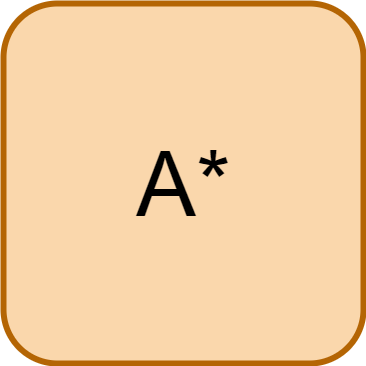
The draw.io diagram Rush Hour Main/assets/AlgorithmButtons/DFS(A).png in zintom69/Game-Rush-Hour, before a commit. Source tidied: cells renumbered, new cells last; positions are measured from the earlier drawing's top-left corner, leaving out a move shared by most shapes.
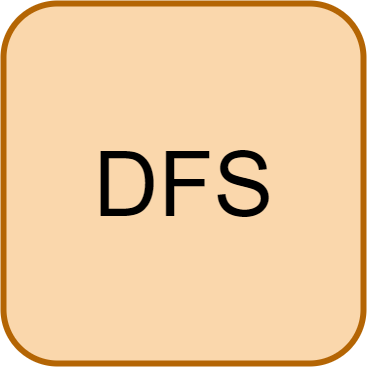
Later version of the same file.

Diff of the diagram source:
```diff
@@ -2,7 +2,7 @@
   <root>
     <mxCell id="0" />
     <mxCell id="1" parent="0" />
-    <mxCell id="2" value="&lt;font style=&quot;font-size: 90px;&quot;&gt;A*&lt;/font&gt;" style="rounded=1;whiteSpace=wrap;html=1;fillColor=#fad7ac;strokeColor=#b46504;strokeWidth=6;" parent="1" vertex="1">
+    <mxCell id="2" value="&lt;span style=&quot;font-size: 90px;&quot;&gt;DFS&lt;/span&gt;" style="rounded=1;whiteSpace=wrap;html=1;fillColor=#fad7ac;strokeColor=#b46504;strokeWidth=6;" parent="1" vertex="1">
       <mxGeometry width="360" height="360" as="geometry" />
     </mxCell>
   </root>
```
